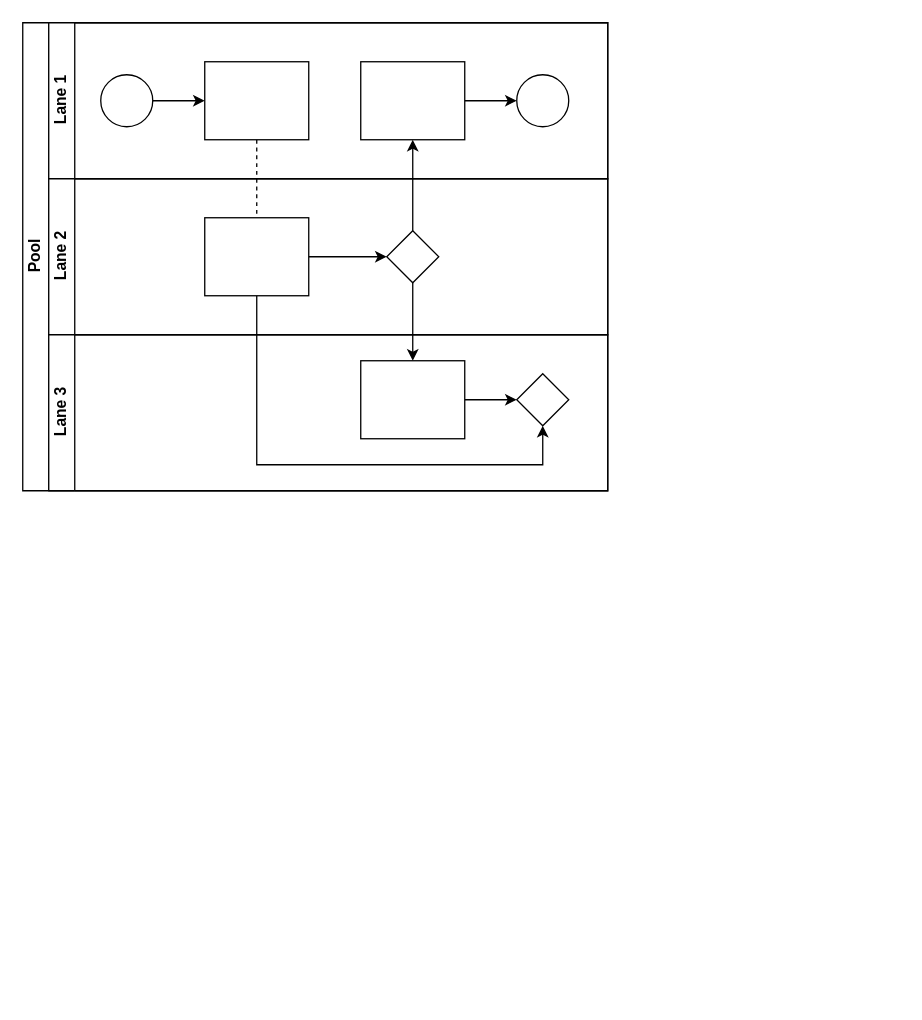
The draw.io diagram Untitled Diagram.drawio in hudengjunai/Colab_notebooks, before the edit. Source tidied: cells renumbered, new cells numbered last; positions are measured from the earlier drawing's top-left corner, leaving out a move shared by most shapes. Both pictures are drawn from the tidied source at 130%, with x=0, y=0 at pixel (22, 22). Pictures stored in the file or linked from it are replaced by grey dashed boxes.
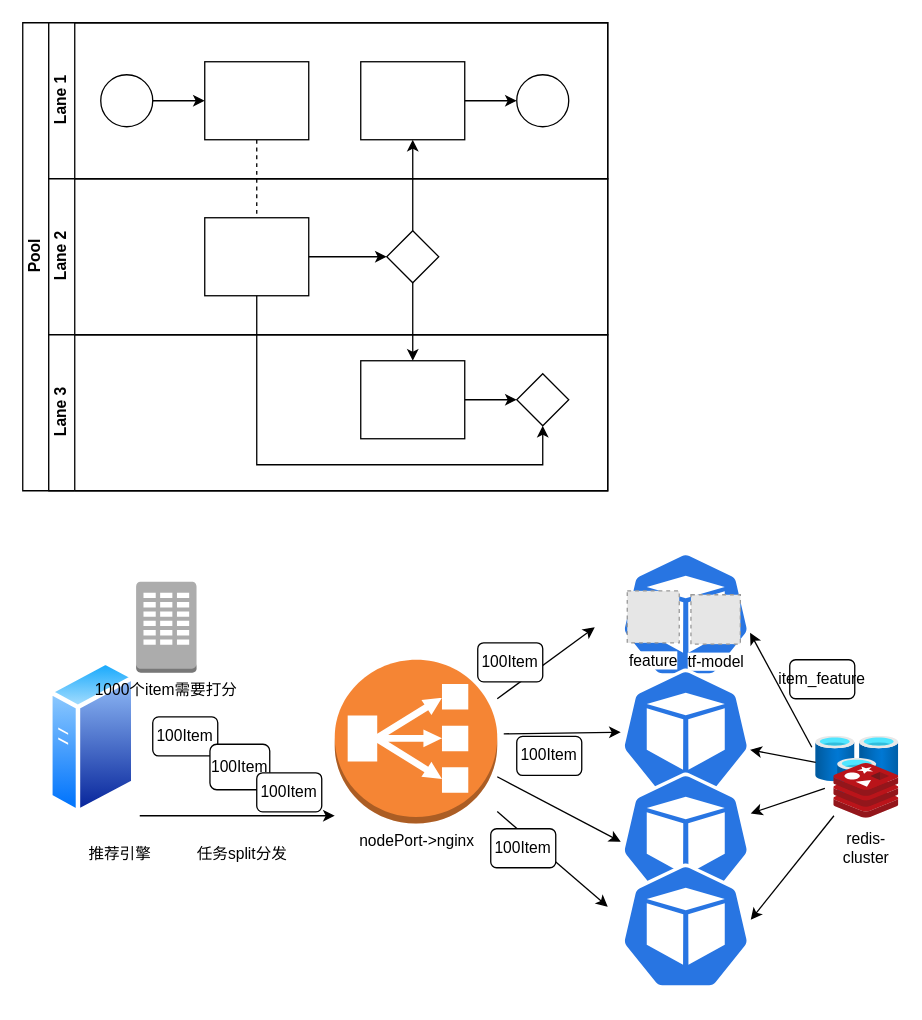
After the change.

Change to the diagram source:
```diff
@@
+    <mxCell id="22" style="perimeter=ellipsePerimeter;html=1;align=center;shadow=0;dashed=0;spacingTop=3;image;image=img/lib/active_directory/generic_server.svg;" parent="1" vertex="1">
+      <mxGeometry x="20" y="490" width="67.2" height="120" as="geometry" />
+    </mxCell>
+    <mxCell id="23" value="推荐引擎" style="text;html=1;strokeColor=none;fillColor=none;align=center;verticalAlign=middle;whiteSpace=wrap;rounded=0;" parent="1" vertex="1">
+      <mxGeometry x="30" y="630" width="90" height="20" as="geometry" />
+    </mxCell>
+    <mxCell id="24" value="1000个item需要打分" style="dashed=0;verticalLabelPosition=bottom;verticalAlign=top;align=center;html=1;shape=mxgraph.aws3.assignment_task;fillColor=#ACACAC;gradientColor=none;" parent="1" vertex="1">
+      <mxGeometry x="87.2" y="430" width="46.5" height="70" as="geometry" />
+    </mxCell>
+    <mxCell id="25" style="html=1;dashed=0;whitespace=wrap;fillColor=#2875E2;strokeColor=#ffffff;points=[[0.005,0.63,0],[0.1,0.2,0],[0.9,0.2,0],[0.5,0,0],[0.995,0.63,0],[0.72,0.99,0],[0.5,1,0],[0.28,0.99,0]];shape=mxgraph.kubernetes.icon;prIcon=pod;" parent="1" vertex="1">
+      <mxGeometry x="460" y="400" width="100" height="110" as="geometry" />
+    </mxCell>
+    <mxCell id="26" style="html=1;dashed=0;whitespace=wrap;fillColor=#2875E2;strokeColor=#ffffff;points=[[0.005,0.63,0],[0.1,0.2,0],[0.9,0.2,0],[0.5,0,0],[0.995,0.63,0],[0.72,0.99,0],[0.5,1,0],[0.28,0.99,0]];shape=mxgraph.kubernetes.icon;prIcon=pod;" parent="1" vertex="1">
+      <mxGeometry x="460" y="490" width="100" height="110" as="geometry" />
+    </mxCell>
+    <mxCell id="27" style="html=1;dashed=0;whitespace=wrap;fillColor=#2875E2;strokeColor=#ffffff;points=[[0.005,0.63,0],[0.1,0.2,0],[0.9,0.2,0],[0.5,0,0],[0.995,0.63,0],[0.72,0.99,0],[0.5,1,0],[0.28,0.99,0]];shape=mxgraph.kubernetes.icon;prIcon=pod;" parent="1" vertex="1">
+      <mxGeometry x="460" y="570" width="100" height="110" as="geometry" />
+    </mxCell>
+    <mxCell id="28" style="html=1;dashed=0;whitespace=wrap;fillColor=#2875E2;strokeColor=#ffffff;points=[[0.005,0.63,0],[0.1,0.2,0],[0.9,0.2,0],[0.5,0,0],[0.995,0.63,0],[0.72,0.99,0],[0.5,1,0],[0.28,0.99,0]];shape=mxgraph.kubernetes.icon;prIcon=pod;" parent="1" vertex="1">
+      <mxGeometry x="460" y="640" width="100" height="110" as="geometry" />
+    </mxCell>
+    <mxCell id="29" value="feature" style="fillColor=#E6E6E6;strokeColor=#999999;dashed=1;html=1;verticalAlign=top;verticalLabelPosition=bottom;labelBackgroundColor=#ffffff;" parent="1" vertex="1">
+      <mxGeometry x="465" y="437" width="40" height="40" as="geometry" />
+    </mxCell>
+    <mxCell id="30" value="tf-model" style="fillColor=#E6E6E6;strokeColor=#999999;dashed=1;html=1;verticalAlign=top;verticalLabelPosition=bottom;labelBackgroundColor=#ffffff;" parent="1" vertex="1">
+      <mxGeometry x="514" y="440" width="38" height="38" as="geometry" />
+    </mxCell>
+    <mxCell id="31" style="html=1;points=[];align=center;image;fontSize=12;image=img/lib/azure2/databases/Cache_Redis.svg;" parent="1" vertex="1">
+      <mxGeometry x="610" y="549" width="64" height="52" as="geometry" />
+    </mxCell>
+    <mxCell id="32" value="nodePort-&amp;gt;nginx" style="outlineConnect=0;dashed=0;verticalLabelPosition=bottom;verticalAlign=top;align=center;html=1;shape=mxgraph.aws3.classic_load_balancer;fillColor=#F58534;gradientColor=none;" parent="1" vertex="1">
+      <mxGeometry x="240" y="490" width="125" height="126" as="geometry" />
+    </mxCell>
+    <mxCell id="33" value="100Item" style="shape=ext;rounded=1;html=1;whiteSpace=wrap;" parent="1" vertex="1">
+      <mxGeometry x="100" y="534" width="50" height="30" as="geometry" />
+    </mxCell>
+    <mxCell id="34" value="100Item" style="shape=ext;rounded=1;html=1;whiteSpace=wrap;" parent="1" vertex="1">
+      <mxGeometry x="144" y="555" width="46" height="35" as="geometry" />
+    </mxCell>
+    <mxCell id="35" value="100Item" style="shape=ext;rounded=1;html=1;whiteSpace=wrap;" parent="1" vertex="1">
+      <mxGeometry x="180" y="577" width="50" height="30" as="geometry" />
+    </mxCell>
+    <mxCell id="36" value="任务split分发" style="text;html=1;strokeColor=none;fillColor=none;align=center;verticalAlign=middle;whiteSpace=wrap;rounded=0;" parent="1" vertex="1">
+      <mxGeometry x="129" y="630" width="80" height="20" as="geometry" />
+    </mxCell>
+    <mxCell id="37" style="endArrow=classic;html=1;exitX=-0.047;exitY=0.16;exitDx=0;exitDy=0;exitPerimeter=0;entryX=0.995;entryY=0.63;entryDx=0;entryDy=0;entryPerimeter=0;" parent="1" edge="1" source="31" target="25">
+      <mxGeometry relative="1" as="geometry" />
+    </mxCell>
+    <mxCell id="38" style="endArrow=classic;html=1;" parent="1" edge="1">
+      <mxGeometry relative="1" as="geometry">
+        <mxPoint x="365" y="520" as="sourcePoint" />
+        <mxPoint x="440" y="465" as="targetPoint" />
+      </mxGeometry>
+    </mxCell>
+    <mxCell id="39" style="endArrow=classic;html=1;" parent="1" edge="1" target="26">
+      <mxGeometry relative="1" as="geometry">
+        <mxPoint x="370" y="547" as="sourcePoint" />
+      </mxGeometry>
+    </mxCell>
+    <mxCell id="40" style="endArrow=classic;html=1;" parent="1" edge="1" source="32">
+      <mxGeometry relative="1" as="geometry">
+        <mxPoint x="450" y="680" as="targetPoint" />
+      </mxGeometry>
+    </mxCell>
+    <mxCell id="41" style="endArrow=classic;html=1;entryX=0;entryY=0.545;entryDx=0;entryDy=0;entryPerimeter=0;" parent="1" edge="1" target="27">
+      <mxGeometry relative="1" as="geometry">
+        <mxPoint x="365" y="580" as="sourcePoint" />
+      </mxGeometry>
+    </mxCell>
+    <mxCell id="42" value="100Item" style="shape=ext;rounded=1;html=1;whiteSpace=wrap;" parent="1" vertex="1">
+      <mxGeometry x="350" y="477" width="50" height="30" as="geometry" />
+    </mxCell>
+    <mxCell id="43" value="100Item" style="shape=ext;rounded=1;html=1;whiteSpace=wrap;" parent="1" vertex="1">
+      <mxGeometry x="380" y="549" width="50" height="30" as="geometry" />
+    </mxCell>
+    <mxCell id="44" value="100Item" style="shape=ext;rounded=1;html=1;whiteSpace=wrap;" parent="1" vertex="1">
+      <mxGeometry x="360" y="620" width="50" height="30" as="geometry" />
+    </mxCell>
+    <mxCell id="45" value="item_feature" style="shape=ext;rounded=1;html=1;whiteSpace=wrap;" parent="1" vertex="1">
+      <mxGeometry x="590" y="490" width="50" height="30" as="geometry" />
+    </mxCell>
+    <mxCell id="46" style="endArrow=classic;html=1;entryX=1;entryY=0.455;entryDx=0;entryDy=0;entryPerimeter=0;" parent="1" edge="1" target="28">
+      <mxGeometry relative="1" as="geometry">
+        <mxPoint x="624" y="610" as="sourcePoint" />
+      </mxGeometry>
+    </mxCell>
+    <mxCell id="47" style="endArrow=classic;html=1;" parent="1" edge="1" target="27">
+      <mxGeometry relative="1" as="geometry">
+        <mxPoint x="617" y="589" as="sourcePoint" />
+      </mxGeometry>
+    </mxCell>
+    <mxCell id="48" style="endArrow=classic;html=1;entryX=0.995;entryY=0.63;entryDx=0;entryDy=0;entryPerimeter=0;" parent="1" edge="1" source="31" target="26">
+      <mxGeometry relative="1" as="geometry" />
+    </mxCell>
+    <mxCell id="49" style="html=1;align=center;image;fontSize=12;image=img/lib/mscae/Cache_Redis_Product.svg;" parent="1" vertex="1">
+      <mxGeometry x="624" y="570" width="50" height="42" as="geometry" />
+    </mxCell>
+    <mxCell id="50" value="redis-cluster&lt;br&gt;" style="text;html=1;strokeColor=none;fillColor=none;align=center;verticalAlign=middle;whiteSpace=wrap;rounded=0;" parent="1" vertex="1">
+      <mxGeometry x="629" y="625" width="40" height="20" as="geometry" />
+    </mxCell>
+    <mxCell id="51" style="endArrow=classic;html=1;" parent="1" edge="1">
+      <mxGeometry relative="1" as="geometry">
+        <mxPoint x="90" y="610" as="sourcePoint" />
+        <mxPoint x="240" y="610" as="targetPoint" />
+      </mxGeometry>
+    </mxCell>
```
